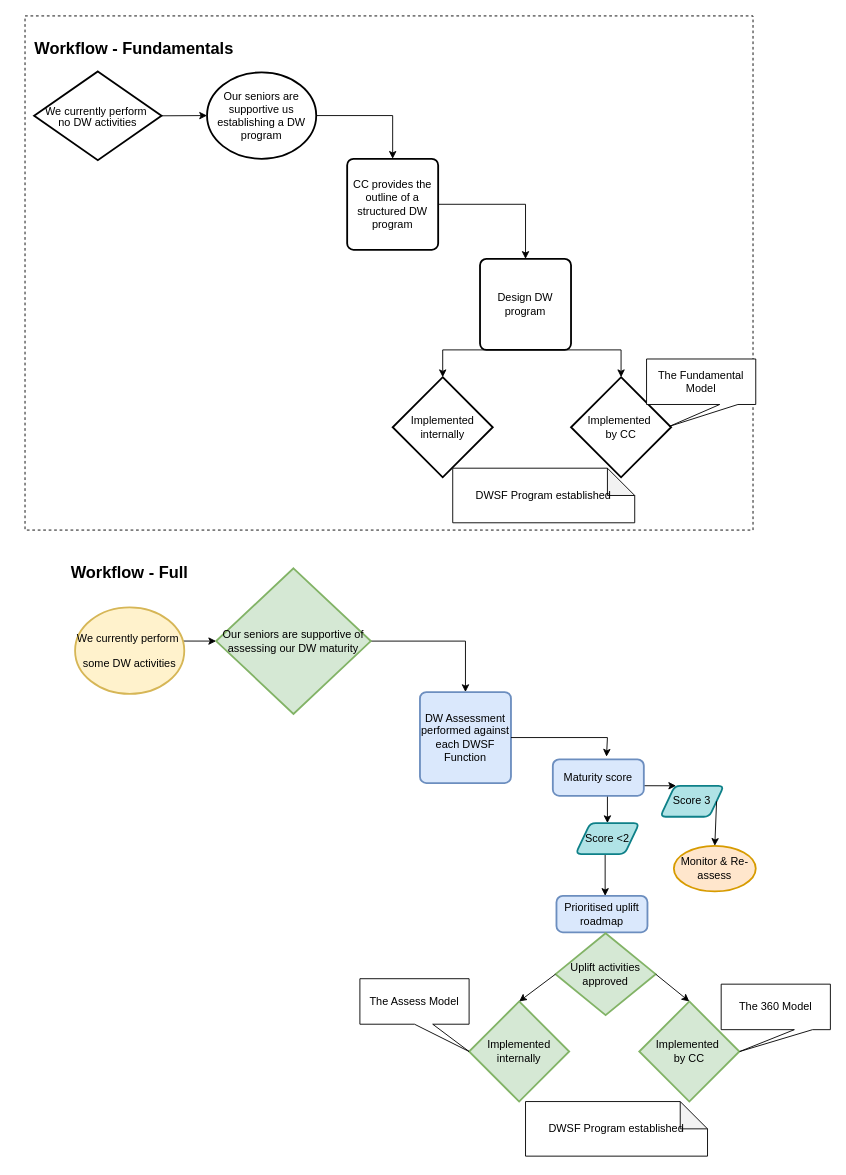
Earlier version of the draw.io diagram Untitled Diagram.drawio (wondarider/DWSF). Source tidied: cells renumbered, new cells numbered last; positions are measured from the earlier drawing's top-left corner, leaving out a move shared by most shapes. Both pictures are drawn from the tidied source at 91%, with x=0, y=0 at pixel (15, 15).
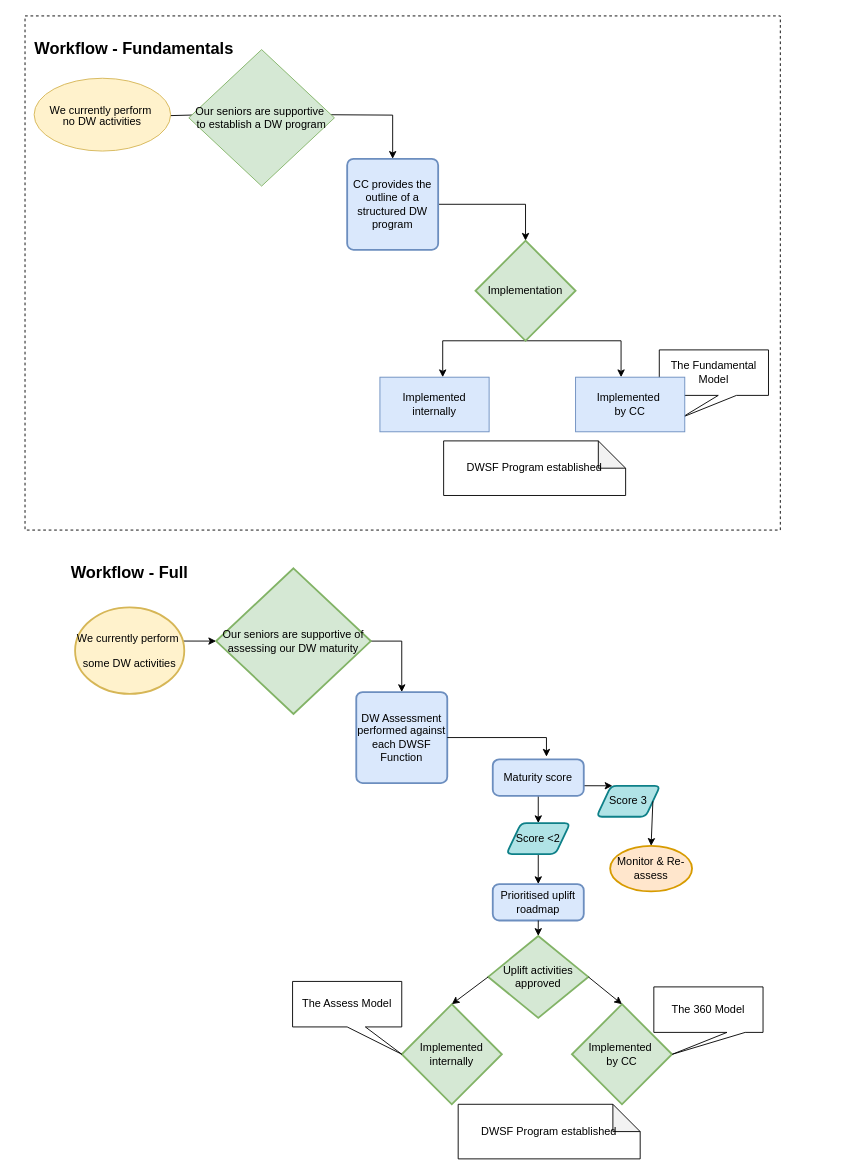
The same page after the edit.

The change refers to these unchanged cells:
```xml
<mxCell id="31" value="&lt;span style=&quot;font-family: Graphik;&quot;&gt;Our seniors are supportive of assessing our DW maturity&lt;/span&gt;" style="strokeWidth=2;html=1;shape=mxgraph.flowchart.decision;whiteSpace=wrap;fillColor=#d5e8d4;strokeColor=#82b366;" parent="1" vertex="1">
  <mxGeometry x="220" y="607" width="170" height="160" as="geometry" />
</mxCell>
```

The edit, as a diff of the source:
```diff
@@
     <mxCell id="2" style="rounded=0;whiteSpace=wrap;html=1;fillColor=none;dashed=1;" parent="1" vertex="1">
-      <mxGeometry x="10" width="800" height="565" as="geometry" />
+      <mxGeometry x="10" width="830" height="565" as="geometry" />
     </mxCell>
-    <mxCell id="3" value="&lt;div style=&quot;line-height: 0%;&quot;&gt;&lt;p&gt;&lt;font face=&quot;Graphik&quot;&gt;We currently perform&amp;nbsp;&lt;/font&gt;&lt;/p&gt;&lt;p&gt;&lt;font face=&quot;Graphik&quot;&gt;no DW activities&lt;/font&gt;&lt;/p&gt;&lt;/div&gt;" style="strokeWidth=2;html=1;shape=mxgraph.flowchart.decision;whiteSpace=wrap;" parent="1" vertex="1">
-      <mxGeometry x="20" y="61" width="140" height="97.5" as="geometry" />
-    </mxCell>
-    <mxCell id="4" style="edgeStyle=orthogonalEdgeStyle;rounded=0;jettySize=auto;html=1;exitX=1;exitY=0.5;exitDx=0;exitDy=0;exitPerimeter=0;entryX=0.5;entryY=0;entryDx=0;entryDy=0;" parent="1" edge="1" source="5" target="7">
-      <mxGeometry relative="1" as="geometry" />
+    <mxCell id="4" style="edgeStyle=orthogonalEdgeStyle;rounded=0;jettySize=auto;html=1;exitX=1;exitY=0.5;exitDx=0;exitDy=0;exitPerimeter=0;entryX=0.5;entryY=0;entryDx=0;entryDy=0;" parent="1" edge="1" target="7">
+      <mxGeometry relative="1" as="geometry">
+        <mxPoint x="330" y="108.5" as="sourcePoint" />
+      </mxGeometry>
     </mxCell>
-    <mxCell id="5" value="&lt;p&gt;&lt;font face=&quot;Graphik&quot;&gt;Our seniors are supportive us establishing a DW program&lt;/font&gt;&lt;/p&gt;" style="strokeWidth=2;html=1;shape=mxgraph.flowchart.start_1;whiteSpace=wrap;" parent="1" vertex="1">
-      <mxGeometry x="210" y="62" width="120" height="95" as="geometry" />
-    </mxCell>
-    <mxCell id="6" style="rounded=0;jettySize=auto;html=1;exitX=1;exitY=0.5;exitDx=0;exitDy=0;edgeStyle=orthogonalEdgeStyle;entryX=0.5;entryY=0;entryDx=0;entryDy=0;" parent="1" edge="1" source="7" target="9">
+    <mxCell id="6" style="rounded=0;jettySize=auto;html=1;exitX=1;exitY=0.5;exitDx=0;exitDy=0;edgeStyle=orthogonalEdgeStyle;entryX=0.5;entryY=0;entryDx=0;entryDy=0;entryPerimeter=0;" parent="1" edge="1" source="7" target="42">
       <mxGeometry relative="1" as="geometry" />
     </mxCell>
-    <mxCell id="7" value="&lt;p&gt;&lt;font face=&quot;Graphik&quot;&gt;CC provides the outline of a structured DW program&lt;/font&gt;&lt;/p&gt;" style="rounded=1;whiteSpace=wrap;html=1;absoluteArcSize=1;arcSize=14;strokeWidth=2;" parent="1" vertex="1">
+    <mxCell id="7" value="&lt;p&gt;&lt;font face=&quot;Graphik&quot;&gt;CC provides the outline of a structured DW program&lt;/font&gt;&lt;/p&gt;" style="rounded=1;whiteSpace=wrap;html=1;absoluteArcSize=1;arcSize=14;strokeWidth=2;fillColor=#dae8fc;strokeColor=#6c8ebf;" parent="1" vertex="1">
       <mxGeometry x="364" y="157" width="100" height="100" as="geometry" />
     </mxCell>
-    <mxCell id="8" value="&lt;span style=&quot;caret-color: rgb(0, 0, 0); color: rgb(0, 0, 0); font-size: 12px; font-style: normal; font-variant-caps: normal; font-weight: 400; letter-spacing: normal; text-align: center; text-indent: 0px; text-transform: none; white-space: normal; word-spacing: 0px; -webkit-text-stroke-width: 0px; text-decoration: none; float: none; display: inline !important;&quot;&gt;Implemented internally&lt;/span&gt;" style="strokeWidth=2;html=1;shape=mxgraph.flowchart.decision;whiteSpace=wrap;fontFamily=Graphik;" parent="1" vertex="1">
-      <mxGeometry x="414" y="397" width="110" height="110" as="geometry" />
-    </mxCell>
-    <mxCell id="9" value="&lt;span style=&quot;caret-color: rgb(0, 0, 0); color: rgb(0, 0, 0); font-family: Graphik; font-size: 12px; font-style: normal; font-variant-caps: normal; font-weight: 400; letter-spacing: normal; text-align: center; text-indent: 0px; text-transform: none; white-space: normal; word-spacing: 0px; -webkit-text-stroke-width: 0px; text-decoration: none; float: none; display: inline !important;&quot;&gt;Design DW program&lt;/span&gt;" style="rounded=1;whiteSpace=wrap;html=1;absoluteArcSize=1;arcSize=14;strokeWidth=2;" parent="1" vertex="1">
-      <mxGeometry x="510" y="267" width="100" height="100" as="geometry" />
-    </mxCell>
-    <mxCell id="10" value="&lt;span style=&quot;caret-color: rgb(0, 0, 0); color: rgb(0, 0, 0); font-size: 12px; font-style: normal; font-variant-caps: normal; font-weight: 400; letter-spacing: normal; text-align: center; text-indent: 0px; text-transform: none; white-space: normal; word-spacing: 0px; -webkit-text-stroke-width: 0px; text-decoration: none; float: none; display: inline !important;&quot;&gt;Implemented&amp;nbsp;&lt;/span&gt;&lt;div&gt;&lt;span style=&quot;caret-color: rgb(0, 0, 0); color: rgb(0, 0, 0); font-size: 12px; font-style: normal; font-variant-caps: normal; font-weight: 400; letter-spacing: normal; text-align: center; text-indent: 0px; text-transform: none; white-space: normal; word-spacing: 0px; -webkit-text-stroke-width: 0px; text-decoration: none; float: none; display: inline !important;&quot;&gt;by CC&lt;/span&gt;&lt;/div&gt;" style="strokeWidth=2;html=1;shape=mxgraph.flowchart.decision;whiteSpace=wrap;fontFamily=Graphik;" parent="1" vertex="1">
-      <mxGeometry x="610" y="397" width="110" height="110" as="geometry" />
-    </mxCell>
-    <mxCell id="11" style="edgeStyle=none;rounded=0;jettySize=auto;html=1;exitX=1;exitY=0.5;exitDx=0;exitDy=0;exitPerimeter=0;entryX=0;entryY=0.5;entryDx=0;entryDy=0;entryPerimeter=0;" parent="1" edge="1" source="3" target="5">
-      <mxGeometry relative="1" as="geometry" />
+    <mxCell id="11" style="edgeStyle=none;rounded=0;orthogonalLoop=1;jettySize=auto;html=1;exitX=1;exitY=0.5;exitDx=0;exitDy=0;exitPerimeter=0;entryX=0;entryY=0.5;entryDx=0;entryDy=0;entryPerimeter=0;" parent="1" edge="1">
+      <mxGeometry relative="1" as="geometry">
+        <mxPoint x="160" y="109.8" as="sourcePoint" />
+        <mxPoint x="210" y="108.5" as="targetPoint" />
+      </mxGeometry>
     </mxCell>
-    <mxCell id="12" style="edgeStyle=orthogonalEdgeStyle;rounded=0;jettySize=auto;html=1;exitX=0.5;exitY=0;exitDx=0;exitDy=0;entryX=0.5;entryY=0;entryDx=0;entryDy=0;entryPerimeter=0;exitPerimeter=0;startArrow=classic;startFill=1;" parent="1" edge="1" source="10" target="8">
+    <mxCell id="12" style="edgeStyle=orthogonalEdgeStyle;rounded=0;orthogonalLoop=1;jettySize=auto;html=1;exitX=0.5;exitY=0;exitDx=0;exitDy=0;entryX=0.5;entryY=0;entryDx=0;entryDy=0;entryPerimeter=0;exitPerimeter=0;startArrow=classic;startFill=1;" parent="1" edge="1">
       <mxGeometry relative="1" as="geometry">
+        <mxPoint x="665" y="397" as="sourcePoint" />
+        <mxPoint x="469" y="397" as="targetPoint" />
         <Array as="points">
-          <mxPoint x="665" y="367" />
-          <mxPoint x="469" y="367" />
+          <mxPoint x="665" y="357" />
+          <mxPoint x="469" y="357" />
         </Array>
       </mxGeometry>
     </mxCell>
@@
-    <mxCell id="14" style="edgeStyle=orthogonalEdgeStyle;rounded=0;jettySize=auto;html=1;entryX=0.5;entryY=0;entryDx=0;entryDy=0;" parent="1" edge="1" source="31" target="15">
-      <mxGeometry relative="1" as="geometry" />
-    </mxCell>
     <mxCell id="15" value="&lt;p&gt;&lt;font face=&quot;Graphik&quot;&gt;DW Assessment performed against each DWSF Function&lt;/font&gt;&lt;/p&gt;" style="rounded=1;whiteSpace=wrap;html=1;absoluteArcSize=1;arcSize=14;strokeWidth=2;fillColor=#dae8fc;strokeColor=#6c8ebf;" parent="1" vertex="1">
-      <mxGeometry x="444" y="743" width="100" height="100" as="geometry" />
+      <mxGeometry x="374" y="743" width="100" height="100" as="geometry" />
     </mxCell>
     <mxCell id="16" value="&lt;span style=&quot;caret-color: rgb(0, 0, 0); color: rgb(0, 0, 0); font-size: 12px; font-style: normal; font-variant-caps: normal; font-weight: 400; letter-spacing: normal; text-align: center; text-indent: 0px; text-transform: none; white-space: normal; word-spacing: 0px; -webkit-text-stroke-width: 0px; text-decoration: none; float: none; display: inline !important;&quot;&gt;Implemented internally&lt;/span&gt;" style="strokeWidth=2;html=1;shape=mxgraph.flowchart.decision;whiteSpace=wrap;fontFamily=Graphik;fillColor=#d5e8d4;strokeColor=#82b366;" parent="1" vertex="1">
-      <mxGeometry x="498" y="1083" width="110" height="110" as="geometry" />
+      <mxGeometry x="424" y="1086" width="110" height="110" as="geometry" />
     </mxCell>
     <mxCell id="17" style="edgeStyle=none;rounded=0;jettySize=auto;html=1;exitX=0.75;exitY=1;exitDx=0;exitDy=0;entryX=0.25;entryY=0;entryDx=0;entryDy=0;" parent="1" edge="1" target="26">
       <mxGeometry relative="1" as="geometry">
-        <mxPoint x="669.2" y="845.9" as="sourcePoint" />
+        <mxPoint x="599.2" y="845.9" as="sourcePoint" />
       </mxGeometry>
     </mxCell>
-    <mxCell id="18" style="edgeStyle=none;rounded=0;jettySize=auto;html=1;exitX=0.6;exitY=0.925;exitDx=0;exitDy=0;entryX=0.5;entryY=0;entryDx=0;entryDy=0;exitPerimeter=0;" parent="1" edge="1" source="19" target="29">
+    <mxCell id="18" style="edgeStyle=none;rounded=0;jettySize=auto;html=1;exitX=0.5;exitY=1;exitDx=0;exitDy=0;entryX=0.5;entryY=0;entryDx=0;entryDy=0;" parent="1" edge="1" source="19" target="29">
       <mxGeometry relative="1" as="geometry" />
     </mxCell>
     <mxCell id="19" value="&lt;span style=&quot;caret-color: rgb(0, 0, 0); color: rgb(0, 0, 0); font-family: Graphik; font-size: 12px; font-style: normal; font-variant-caps: normal; font-weight: 400; letter-spacing: normal; text-align: center; text-indent: 0px; text-transform: none; white-space: normal; word-spacing: 0px; -webkit-text-stroke-width: 0px; text-decoration: none; float: none; display: inline !important;&quot;&gt;Maturity score&lt;/span&gt;" style="rounded=1;whiteSpace=wrap;html=1;absoluteArcSize=1;arcSize=14;strokeWidth=2;fillColor=#dae8fc;strokeColor=#6c8ebf;" parent="1" vertex="1">
-      <mxGeometry x="590" y="817" width="100" height="40" as="geometry" />
+      <mxGeometry x="524" y="817" width="100" height="40" as="geometry" />
     </mxCell>
     <mxCell id="20" value="&lt;span style=&quot;caret-color: rgb(0, 0, 0); color: rgb(0, 0, 0); font-size: 12px; font-style: normal; font-variant-caps: normal; font-weight: 400; letter-spacing: normal; text-align: center; text-indent: 0px; text-transform: none; white-space: normal; word-spacing: 0px; -webkit-text-stroke-width: 0px; text-decoration: none; float: none; display: inline !important;&quot;&gt;Implemented&amp;nbsp;&lt;/span&gt;&lt;div&gt;&lt;span style=&quot;caret-color: rgb(0, 0, 0); color: rgb(0, 0, 0); font-size: 12px; font-style: normal; font-variant-caps: normal; font-weight: 400; letter-spacing: normal; text-align: center; text-indent: 0px; text-transform: none; white-space: normal; word-spacing: 0px; -webkit-text-stroke-width: 0px; text-decoration: none; float: none; display: inline !important;&quot;&gt;by CC&lt;/span&gt;&lt;/div&gt;" style="strokeWidth=2;html=1;shape=mxgraph.flowchart.decision;whiteSpace=wrap;fontFamily=Graphik;fillColor=#d5e8d4;strokeColor=#82b366;" parent="1" vertex="1">
-      <mxGeometry x="685" y="1083" width="110" height="110" as="geometry" />
+      <mxGeometry x="611" y="1086" width="110" height="110" as="geometry" />
     </mxCell>
@@
     <mxCell id="23" value="&lt;span style=&quot;caret-color: rgb(0, 0, 0); color: rgb(0, 0, 0); font-family: Graphik; font-size: 12px; font-style: normal; font-variant-caps: normal; font-weight: 400; letter-spacing: normal; text-align: center; text-indent: 0px; text-transform: none; white-space: normal; word-spacing: 0px; -webkit-text-stroke-width: 0px; text-decoration: none; float: none; display: inline !important;&quot;&gt;Prioritised uplift roadmap&lt;/span&gt;" style="rounded=1;whiteSpace=wrap;html=1;absoluteArcSize=1;arcSize=14;strokeWidth=2;fillColor=#dae8fc;strokeColor=#6c8ebf;" parent="1" vertex="1">
-      <mxGeometry x="594" y="967" width="100" height="40" as="geometry" />
+      <mxGeometry x="524" y="954" width="100" height="40" as="geometry" />
     </mxCell>
     <mxCell id="24" value="&lt;font face=&quot;Graphik&quot;&gt;Monitor &amp;amp; Re-assess&lt;/font&gt;" style="strokeWidth=2;html=1;shape=mxgraph.flowchart.start_1;whiteSpace=wrap;fillColor=#ffe6cc;strokeColor=#d79b00;" parent="1" vertex="1">
-      <mxGeometry x="723" y="912" width="90" height="50" as="geometry" />
+      <mxGeometry x="653" y="912" width="90" height="50" as="geometry" />
     </mxCell>
     <mxCell id="25" value="&lt;p&gt;&lt;font face=&quot;Graphik&quot;&gt;DWSF Program established&lt;/font&gt;&lt;/p&gt;" style="shape=note;whiteSpace=wrap;html=1;backgroundOutline=1;darkOpacity=0.05;" parent="1" vertex="1">
-      <mxGeometry x="480" y="497" width="200" height="60" as="geometry" />
+      <mxGeometry x="470" y="467" width="200" height="60" as="geometry" />
     </mxCell>
     <mxCell id="26" value="&lt;font face=&quot;Graphik&quot;&gt;Score 3&lt;/font&gt;" style="shape=parallelogram;html=1;strokeWidth=2;perimeter=parallelogramPerimeter;whiteSpace=wrap;rounded=1;arcSize=12;size=0.23;fillColor=#b0e3e6;strokeColor=#0e8088;" parent="1" vertex="1">
-      <mxGeometry x="708" y="846" width="70" height="34" as="geometry" />
+      <mxGeometry x="638" y="846" width="70" height="34" as="geometry" />
     </mxCell>
     <mxCell id="27" value="&lt;div&gt;&lt;span style=&quot;font-family: Graphik;&quot;&gt;Uplift activities approved&lt;/span&gt;&lt;/div&gt;" style="strokeWidth=2;html=1;shape=mxgraph.flowchart.decision;whiteSpace=wrap;fillColor=#d5e8d4;strokeColor=#82b366;" parent="1" vertex="1">
-      <mxGeometry x="593" y="1008" width="110" height="90" as="geometry" />
+      <mxGeometry x="519" y="1011" width="110" height="90" as="geometry" />
     </mxCell>
-    <mxCell id="28" style="edgeStyle=none;rounded=0;orthogonalLoop=1;jettySize=auto;html=1;exitX=0.5;exitY=1;exitDx=0;exitDy=0;" parent="1" edge="1">
-      <mxGeometry relative="1" as="geometry">
-        <mxPoint x="647.5" y="921" as="sourcePoint" />
-        <mxPoint x="647.5" y="967" as="targetPoint" />
-      </mxGeometry>
-    </mxCell>
+    <mxCell id="40" style="edgeStyle=none;rounded=0;jettySize=auto;html=1;exitX=0.5;exitY=1;exitDx=0;exitDy=0;entryX=0.5;entryY=0;entryDx=0;entryDy=0;" parent="1" edge="1" source="29" target="23">
+      <mxGeometry relative="1" as="geometry" />
+    </mxCell>
     <mxCell id="29" value="&lt;font face=&quot;Graphik&quot;&gt;Score &amp;lt;2&lt;/font&gt;" style="shape=parallelogram;html=1;strokeWidth=2;perimeter=parallelogramPerimeter;whiteSpace=wrap;rounded=1;arcSize=12;size=0.23;fillColor=#b0e3e6;strokeColor=#0e8088;" parent="1" vertex="1">
-      <mxGeometry x="615" y="887" width="70" height="34" as="geometry" />
+      <mxGeometry x="539" y="887" width="70" height="34" as="geometry" />
     </mxCell>
@@
+    <mxCell id="14" style="edgeStyle=none;rounded=0;jettySize=auto;html=1;exitX=1;exitY=0.5;exitDx=0;exitDy=0;exitPerimeter=0;entryX=0.5;entryY=0;entryDx=0;entryDy=0;" parent="1" edge="1" source="31" target="15">
+      <mxGeometry relative="1" as="geometry">
+        <Array as="points">
+          <mxPoint x="424" y="687" />
+        </Array>
+      </mxGeometry>
+    </mxCell>
@@
     <mxCell id="34" value="&lt;font face=&quot;Graphik&quot;&gt;The Assess Model&lt;/font&gt;" style="shape=callout;whiteSpace=wrap;html=1;perimeter=calloutPerimeter;position2=1;" parent="1" vertex="1">
-      <mxGeometry x="378" y="1058" width="120" height="80" as="geometry" />
+      <mxGeometry x="304" y="1061" width="120" height="80" as="geometry" />
     </mxCell>
     <mxCell id="35" value="&lt;font face=&quot;Graphik&quot;&gt;The 360 Model&lt;/font&gt;" style="shape=callout;whiteSpace=wrap;html=1;perimeter=calloutPerimeter;size=24;position=0.67;position2=0.17;" parent="1" vertex="1">
-      <mxGeometry x="775" y="1064" width="120" height="74" as="geometry" />
+      <mxGeometry x="701" y="1067" width="120" height="74" as="geometry" />
     </mxCell>
@@
     <mxCell id="37" style="edgeStyle=none;rounded=0;jettySize=auto;html=1;exitX=1;exitY=0.5;exitDx=0;exitDy=0;entryX=0.59;entryY=-0.075;entryDx=0;entryDy=0;entryPerimeter=0;" parent="1" edge="1" source="15" target="19">
       <mxGeometry relative="1" as="geometry">
         <Array as="points">
-          <mxPoint x="650" y="793" />
+          <mxPoint x="583" y="793" />
         </Array>
       </mxGeometry>
     </mxCell>
     <mxCell id="38" value="&lt;p&gt;&lt;font face=&quot;Graphik&quot;&gt;DWSF Program established&lt;/font&gt;&lt;/p&gt;" style="shape=note;whiteSpace=wrap;html=1;backgroundOutline=1;darkOpacity=0.05;" parent="1" vertex="1">
-      <mxGeometry x="560" y="1193" width="200" height="60" as="geometry" />
+      <mxGeometry x="486" y="1196" width="200" height="60" as="geometry" />
     </mxCell>
-    <mxCell id="39" value="&lt;font face=&quot;Graphik&quot;&gt;The Fundamental Model&lt;/font&gt;" style="shape=callout;whiteSpace=wrap;html=1;perimeter=calloutPerimeter;size=24;position=0.67;position2=0.21;" parent="1" vertex="1">
-      <mxGeometry x="693" y="377" width="120" height="74" as="geometry" />
+    <mxCell id="39" value="&lt;font face=&quot;Graphik&quot;&gt;The Fundamental Model&lt;/font&gt;" style="shape=callout;whiteSpace=wrap;html=1;perimeter=calloutPerimeter;size=24;position=0.54;position2=0.21;base=20;" parent="1" vertex="1">
+      <mxGeometry x="707" y="367" width="120" height="74" as="geometry" />
     </mxCell>
+    <mxCell id="3" value="&lt;div style=&quot;line-height: 0%;&quot;&gt;&lt;p style=&quot;caret-color: rgb(0, 0, 0); color: rgb(0, 0, 0); font-family: Helvetica; font-size: 12px; font-style: normal; font-variant-caps: normal; font-weight: 400; letter-spacing: normal; text-align: center; text-indent: 0px; text-transform: none; white-space: normal; word-spacing: 0px; -webkit-text-stroke-width: 0px; text-decoration: none;&quot;&gt;&lt;font face=&quot;Graphik&quot;&gt;We currently perform&amp;nbsp;&lt;/font&gt;&lt;/p&gt;&lt;p style=&quot;caret-color: rgb(0, 0, 0); color: rgb(0, 0, 0); font-family: Helvetica; font-size: 12px; font-style: normal; font-variant-caps: normal; font-weight: 400; letter-spacing: normal; text-align: center; text-indent: 0px; text-transform: none; white-space: normal; word-spacing: 0px; -webkit-text-stroke-width: 0px; text-decoration: none;&quot;&gt;&lt;font face=&quot;Graphik&quot;&gt;no DW activities&lt;/font&gt;&lt;/p&gt;&lt;/div&gt;" style="ellipse;whiteSpace=wrap;html=1;fillColor=#fff2cc;strokeColor=#d6b656;" parent="1" vertex="1">
+      <mxGeometry x="20" y="68.5" width="150" height="80" as="geometry" />
+    </mxCell>
+    <mxCell id="41" value="&lt;span style=&quot;caret-color: rgb(0, 0, 0); color: rgb(0, 0, 0); font-size: 12px; font-style: normal; font-variant-caps: normal; font-weight: 400; letter-spacing: normal; text-align: center; text-indent: 0px; text-transform: none; white-space: normal; word-spacing: 0px; -webkit-text-stroke-width: 0px; text-decoration: none; float: none; display: inline !important;&quot;&gt;Our seniors are supportive&amp;nbsp;&lt;/span&gt;&lt;div&gt;&lt;span style=&quot;caret-color: rgb(0, 0, 0); color: rgb(0, 0, 0); font-size: 12px; font-style: normal; font-variant-caps: normal; font-weight: 400; letter-spacing: normal; text-align: center; text-indent: 0px; text-transform: none; white-space: normal; word-spacing: 0px; -webkit-text-stroke-width: 0px; text-decoration: none; float: none; display: inline !important;&quot;&gt;to establish a DW program&lt;/span&gt;&lt;/div&gt;" style="rhombus;whiteSpace=wrap;html=1;labelBackgroundColor=none;fontFamily=Graphik;fillColor=#d5e8d4;strokeColor=#82b366;" parent="1" vertex="1">
+      <mxGeometry x="190" y="37" width="160" height="150" as="geometry" />
+    </mxCell>
+    <mxCell id="42" value="&lt;span style=&quot;caret-color: rgb(0, 0, 0); color: rgb(0, 0, 0); font-size: 12px; font-style: normal; font-variant-caps: normal; font-weight: 400; letter-spacing: normal; text-align: center; text-indent: 0px; text-transform: none; white-space: normal; word-spacing: 0px; -webkit-text-stroke-width: 0px; text-decoration: none; float: none; display: inline !important;&quot;&gt;Implementation&lt;/span&gt;" style="strokeWidth=2;html=1;shape=mxgraph.flowchart.decision;whiteSpace=wrap;fontFamily=Graphik;fillColor=#d5e8d4;strokeColor=#82b366;" parent="1" vertex="1">
+      <mxGeometry x="505" y="247" width="110" height="110" as="geometry" />
+    </mxCell>
+    <mxCell id="8" value="&lt;span style=&quot;caret-color: rgb(0, 0, 0); color: rgb(0, 0, 0); font-family: Graphik; font-size: 12px; font-style: normal; font-variant-caps: normal; font-weight: 400; letter-spacing: normal; text-align: center; text-indent: 0px; text-transform: none; white-space: normal; word-spacing: 0px; -webkit-text-stroke-width: 0px; text-decoration: none; float: none; display: inline !important;&quot;&gt;Implemented internally&lt;/span&gt;" style="whiteSpace=wrap;html=1;labelBackgroundColor=none;fillColor=#dae8fc;strokeColor=#6c8ebf;" parent="1" vertex="1">
+      <mxGeometry x="400" y="397" width="120" height="60" as="geometry" />
+    </mxCell>
+    <mxCell id="10" value="&lt;span style=&quot;font-family: Graphik; float: none; display: inline !important; caret-color: rgb(0, 0, 0); color: rgb(0, 0, 0);&quot;&gt;Implemented&amp;nbsp;&lt;/span&gt;&lt;div style=&quot;font-family: Graphik;&quot;&gt;&lt;span style=&quot;float: none; display: inline !important; caret-color: rgb(0, 0, 0); color: rgb(0, 0, 0);&quot;&gt;by CC&lt;/span&gt;&lt;/div&gt;" style="whiteSpace=wrap;html=1;fillColor=#dae8fc;strokeColor=#6c8ebf;" parent="1" vertex="1">
+      <mxGeometry x="615" y="397" width="120" height="60" as="geometry" />
+    </mxCell>
+    <mxCell id="43" style="edgeStyle=none;rounded=0;jettySize=auto;html=1;exitX=0.5;exitY=1;exitDx=0;exitDy=0;entryX=0.5;entryY=0;entryDx=0;entryDy=0;entryPerimeter=0;" parent="1" edge="1" source="23" target="27">
+      <mxGeometry relative="1" as="geometry" />
+    </mxCell>
```
